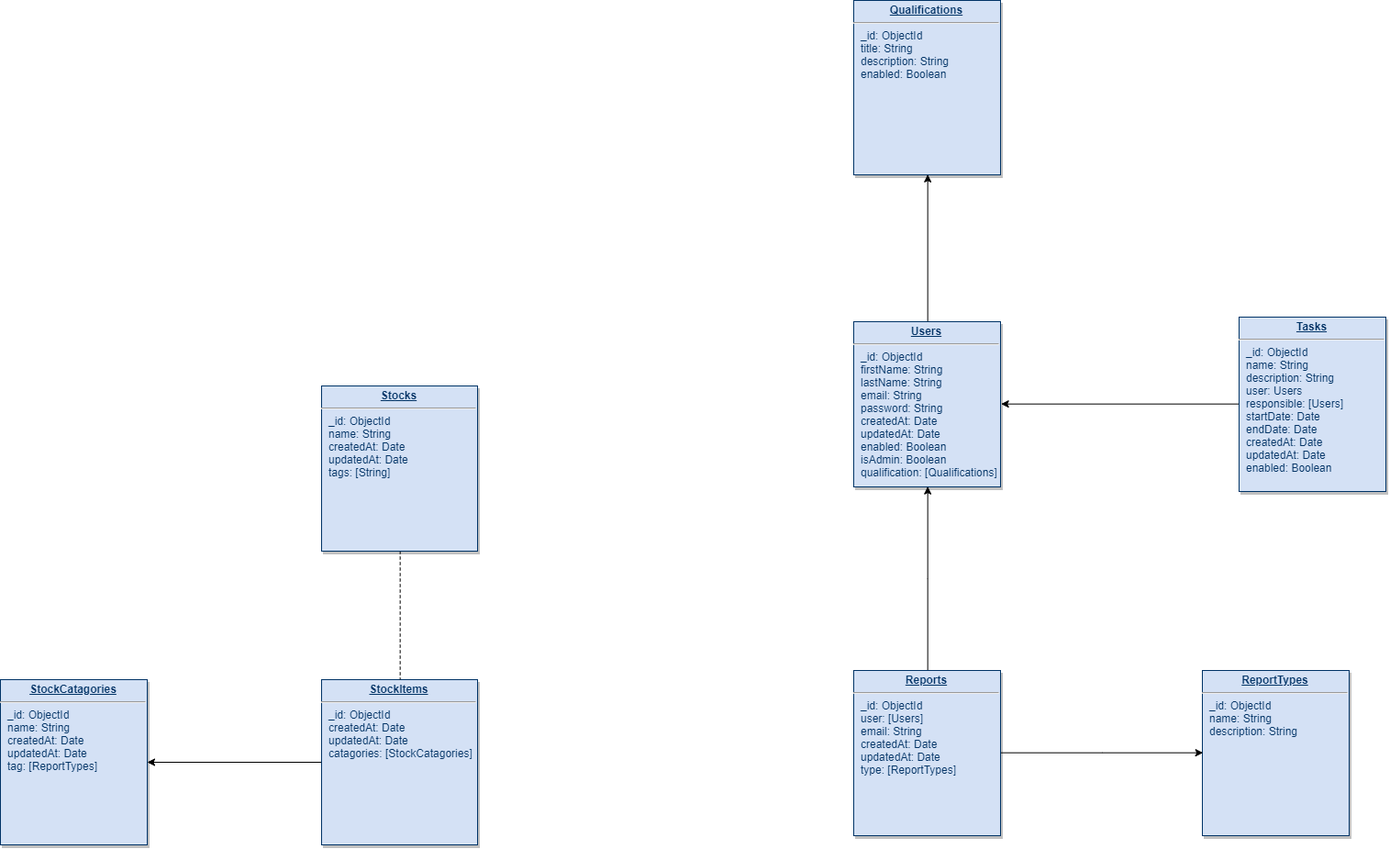
Before: association-management-diagram.png, a diagram exported from draw.io (MauriceAndre/association-management). Source tidied: cells renumbered, new cells last; positions are measured from the earlier drawing's top-left corner, leaving out a move shared by most shapes.
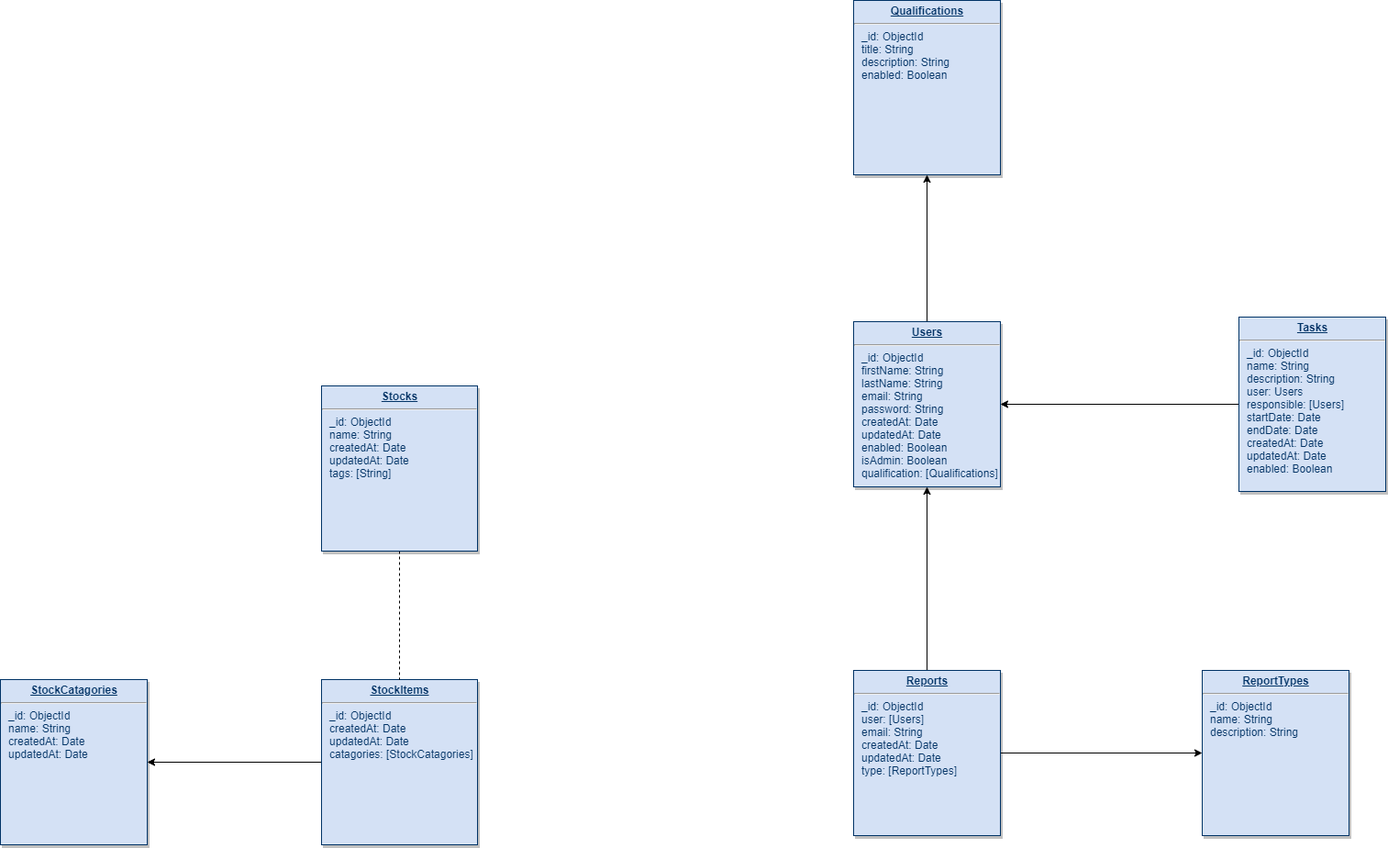
After the change.

Change to the diagram source:
```diff
@@ -29,7 +29,7 @@
     <mxCell id="10" value="&lt;p style=&quot;margin: 0px ; margin-top: 4px ; text-align: center ; text-decoration: underline&quot;&gt;&lt;strong&gt;Reports&lt;/strong&gt;&lt;/p&gt;&lt;hr&gt;&lt;p style=&quot;margin: 0px ; margin-left: 8px&quot;&gt;_id: ObjectId&lt;/p&gt;&lt;p style=&quot;margin: 0px ; margin-left: 8px&quot;&gt;user: [Users]&lt;/p&gt;&lt;p style=&quot;margin: 0px ; margin-left: 8px&quot;&gt;email: String&lt;/p&gt;&lt;p style=&quot;margin: 0px ; margin-left: 8px&quot;&gt;createdAt: Date&lt;/p&gt;&lt;p style=&quot;margin: 0px ; margin-left: 8px&quot;&gt;updatedAt: Date&lt;/p&gt;&lt;p style=&quot;margin: 0px ; margin-left: 8px&quot;&gt;type: [ReportTypes]&lt;/p&gt;" style="verticalAlign=top;align=left;overflow=fill;fontSize=12;fontFamily=Helvetica;html=1;strokeColor=#003366;shadow=1;fillColor=#D4E1F5;fontColor=#003366;" parent="1" vertex="1">
       <mxGeometry x="930" y="730" width="160" height="180" as="geometry" />
     </mxCell>
-    <mxCell id="11" value="&lt;p style=&quot;margin: 0px ; margin-top: 4px ; text-align: center ; text-decoration: underline&quot;&gt;&lt;strong&gt;StockCatagories&lt;/strong&gt;&lt;/p&gt;&lt;hr&gt;&lt;p style=&quot;margin: 0px ; margin-left: 8px&quot;&gt;_id: ObjectId&lt;/p&gt;&lt;p style=&quot;margin: 0px ; margin-left: 8px&quot;&gt;name: String&lt;/p&gt;&lt;p style=&quot;margin: 0px ; margin-left: 8px&quot;&gt;createdAt: Date&lt;/p&gt;&lt;p style=&quot;margin: 0px ; margin-left: 8px&quot;&gt;updatedAt: Date&lt;/p&gt;&lt;p style=&quot;margin: 0px ; margin-left: 8px&quot;&gt;tag: [ReportTypes]&lt;/p&gt;" style="verticalAlign=top;align=left;overflow=fill;fontSize=12;fontFamily=Helvetica;html=1;strokeColor=#003366;shadow=1;fillColor=#D4E1F5;fontColor=#003366;" parent="1" vertex="1">
+    <mxCell id="11" value="&lt;p style=&quot;margin: 0px ; margin-top: 4px ; text-align: center ; text-decoration: underline&quot;&gt;&lt;strong&gt;StockCatagories&lt;/strong&gt;&lt;/p&gt;&lt;hr&gt;&lt;p style=&quot;margin: 0px ; margin-left: 8px&quot;&gt;_id: ObjectId&lt;/p&gt;&lt;p style=&quot;margin: 0px ; margin-left: 8px&quot;&gt;name: String&lt;/p&gt;&lt;p style=&quot;margin: 0px ; margin-left: 8px&quot;&gt;createdAt: Date&lt;/p&gt;&lt;p style=&quot;margin: 0px ; margin-left: 8px&quot;&gt;updatedAt: Date&lt;/p&gt;" style="verticalAlign=top;align=left;overflow=fill;fontSize=12;fontFamily=Helvetica;html=1;strokeColor=#003366;shadow=1;fillColor=#D4E1F5;fontColor=#003366;" parent="1" vertex="1">
       <mxGeometry y="740" width="160" height="180" as="geometry" />
     </mxCell>
     <mxCell id="12" style="edgeStyle=orthogonalEdgeStyle;rounded=0;jettySize=auto;html=1;" parent="1" edge="1" source="13" target="11">
```
